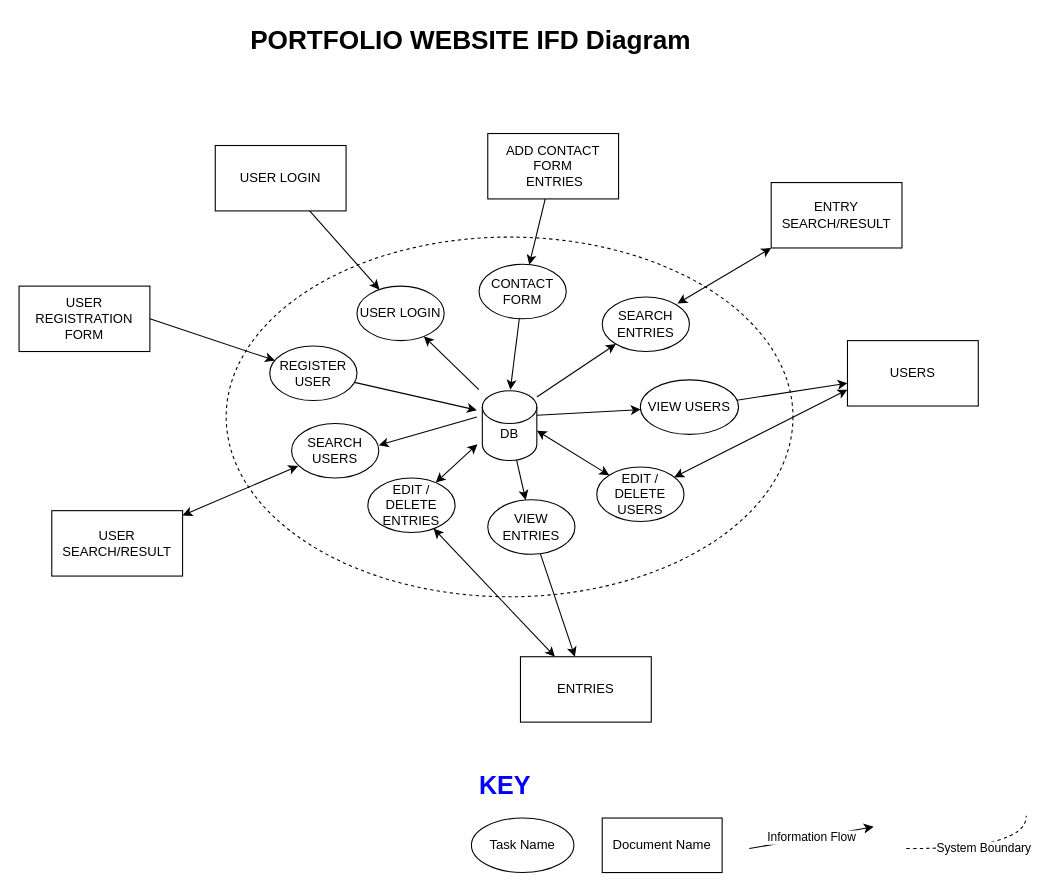
Earlier version of the draw.io diagram Submissions/Assignment01/PORTFOLIO_IFD.drawio (hussainlallani/f20_csfs1030). Source tidied: cells renumbered, new cells numbered last; positions are measured from the earlier drawing's top-left corner, leaving out a move shared by most shapes. Both pictures are drawn from the tidied source at 109%, with x=0, y=0 at pixel (19, 19).
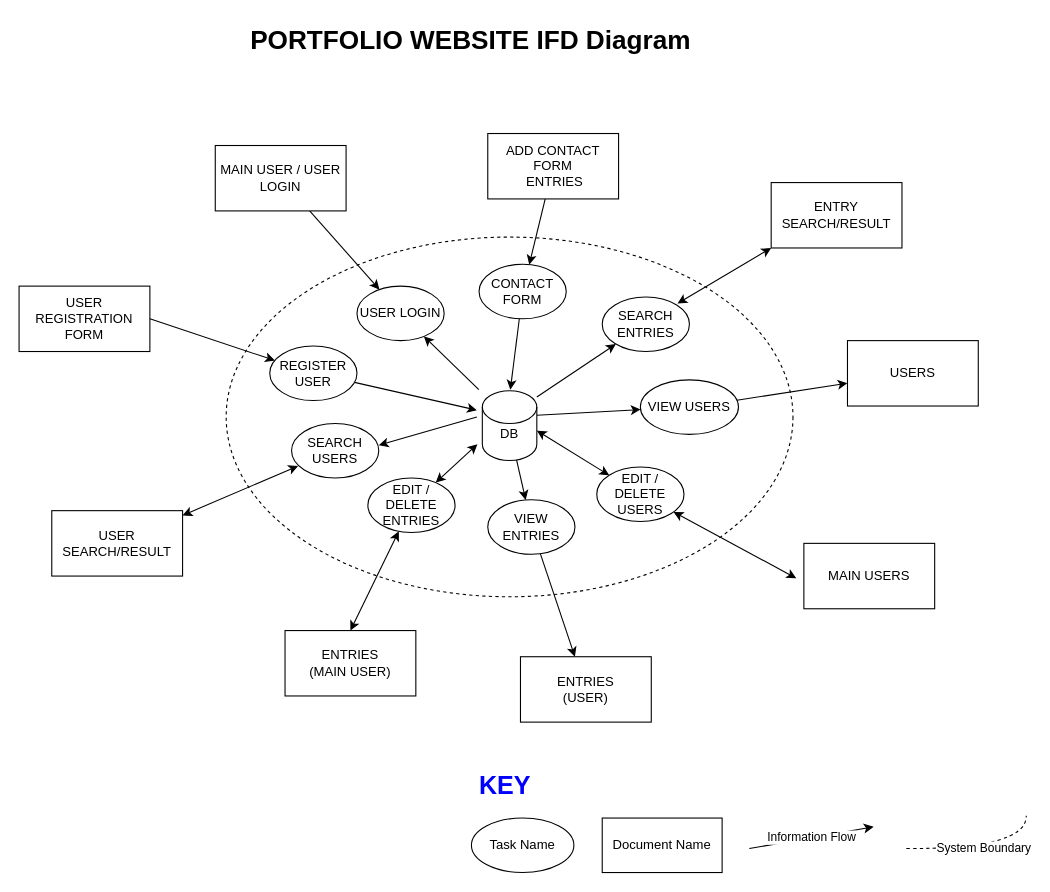
The same page after the edit.

Unchanged cells that the change refers to:
```xml
<mxCell id="5" value="USERS" style="rounded=0;whiteSpace=wrap;html=1;" parent="1" vertex="1">
  <mxGeometry x="760" y="295" width="120" height="60" as="geometry" />
</mxCell>
<mxCell id="20" value="EDIT / DELETE ENTRIES" style="ellipse;whiteSpace=wrap;html=1;" parent="1" vertex="1">
  <mxGeometry x="320" y="421" width="80" height="50" as="geometry" />
</mxCell>
<mxCell id="24" value="EDIT / DELETE USERS" style="ellipse;whiteSpace=wrap;html=1;" parent="1" vertex="1">
  <mxGeometry x="530" y="411" width="80" height="50" as="geometry" />
</mxCell>
```

What changed in the source:
```diff
@@
-    <mxCell id="6" style="edgeStyle=none;rounded=0;jettySize=auto;html=1;startArrow=classic;startFill=1;endArrow=classic;endFill=1;exitX=0;exitY=0.75;exitDx=0;exitDy=0;" parent="1" edge="1" source="5" target="24">
+    <mxCell id="6" style="edgeStyle=none;rounded=0;jettySize=auto;html=1;startArrow=classic;startFill=1;endArrow=classic;endFill=1;exitX=-0.058;exitY=0.533;exitDx=0;exitDy=0;exitPerimeter=0;" parent="1" edge="1" source="46" target="24">
       <mxGeometry relative="1" as="geometry" />
     </mxCell>
@@
-    <mxCell id="8" value="ENTRIES" style="rounded=0;whiteSpace=wrap;html=1;" parent="1" vertex="1">
+    <mxCell id="8" value="ENTRIES&lt;br&gt;(USER)" style="rounded=0;whiteSpace=wrap;html=1;" parent="1" vertex="1">
       <mxGeometry x="460" y="585" width="120" height="60" as="geometry" />
     </mxCell>
-    <mxCell id="9" style="edgeStyle=none;rounded=0;jettySize=auto;html=1;startArrow=classic;startFill=1;endArrow=classic;endFill=1;" parent="1" edge="1" source="8" target="20">
+    <mxCell id="9" style="edgeStyle=none;rounded=0;jettySize=auto;html=1;startArrow=classic;startFill=1;endArrow=classic;endFill=1;exitX=0.5;exitY=0;exitDx=0;exitDy=0;" parent="1" edge="1" source="47" target="20">
       <mxGeometry relative="1" as="geometry" />
     </mxCell>
@@
-    <mxCell id="13" value="USER LOGIN" style="rounded=0;whiteSpace=wrap;html=1;" parent="1" vertex="1">
+    <mxCell id="13" value="MAIN USER / USER LOGIN" style="rounded=0;whiteSpace=wrap;html=1;" parent="1" vertex="1">
       <mxGeometry x="180" y="116" width="120" height="60" as="geometry" />
     </mxCell>
@@
+    <mxCell id="46" value="MAIN USERS" style="rounded=0;whiteSpace=wrap;html=1;" parent="1" vertex="1">
+      <mxGeometry x="720" y="481" width="120" height="60" as="geometry" />
+    </mxCell>
+    <mxCell id="47" value="ENTRIES &lt;br&gt;(MAIN USER)" style="rounded=0;whiteSpace=wrap;html=1;" parent="1" vertex="1">
+      <mxGeometry x="244" y="561" width="120" height="60" as="geometry" />
+    </mxCell>
```
